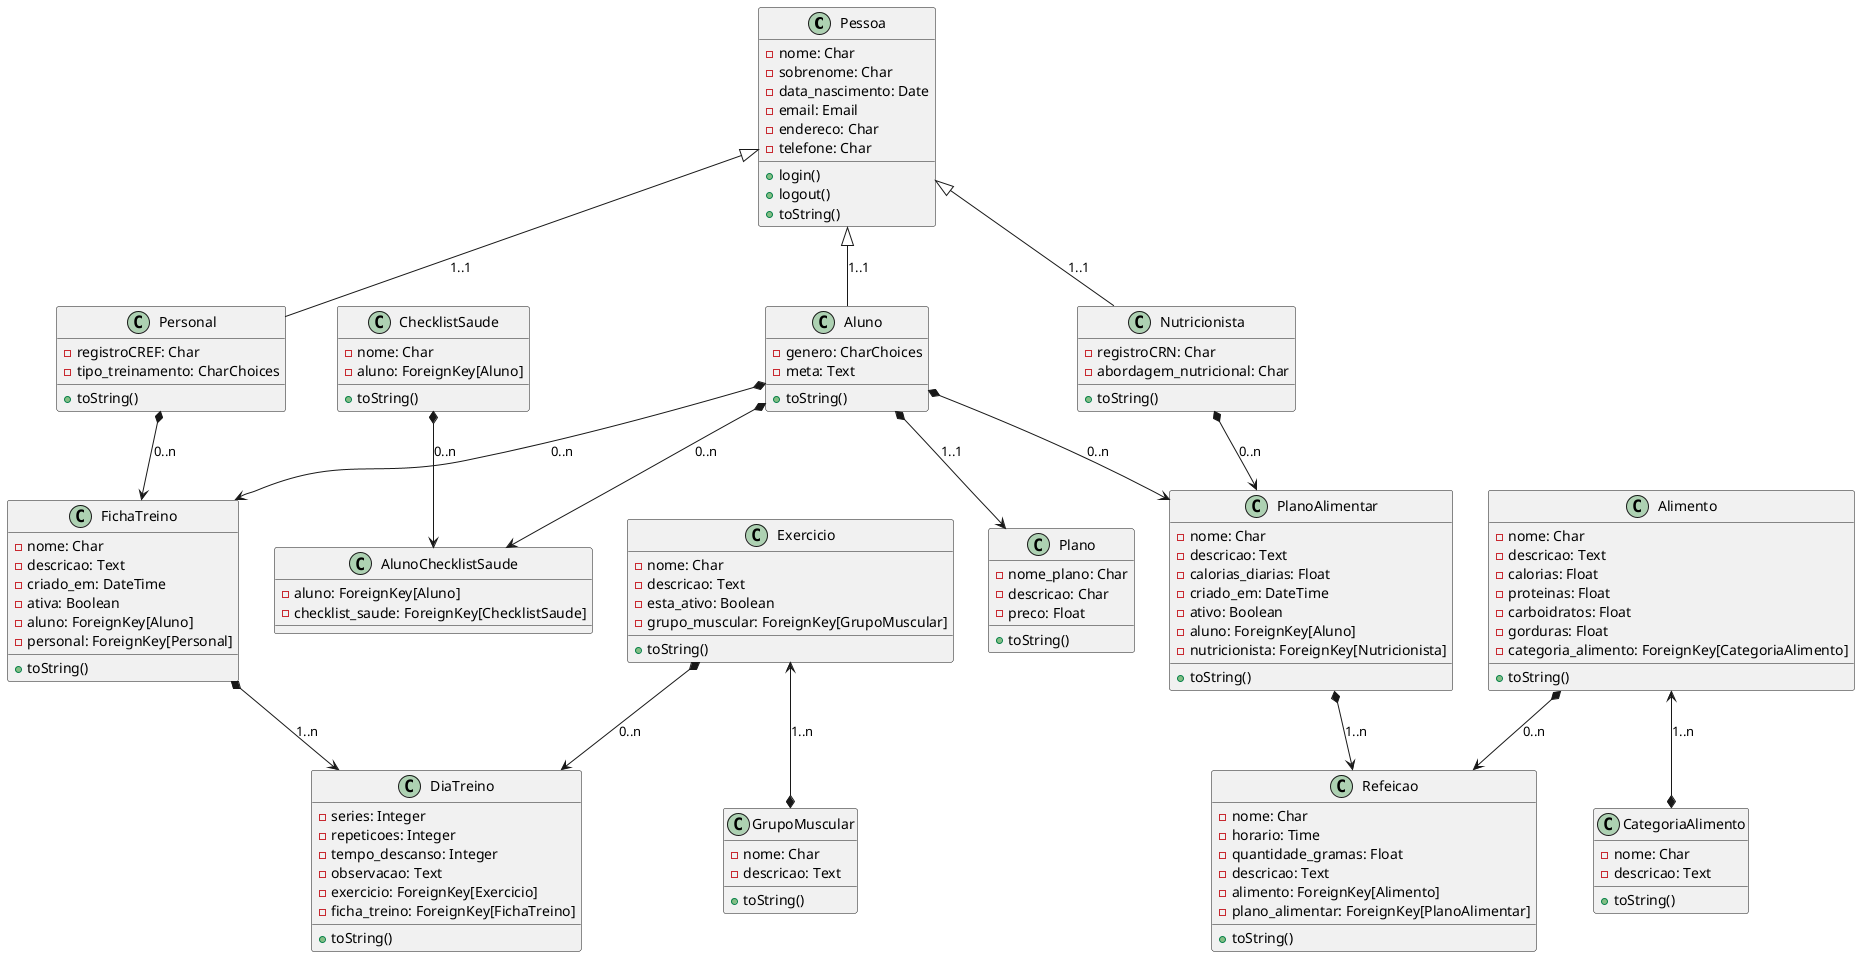
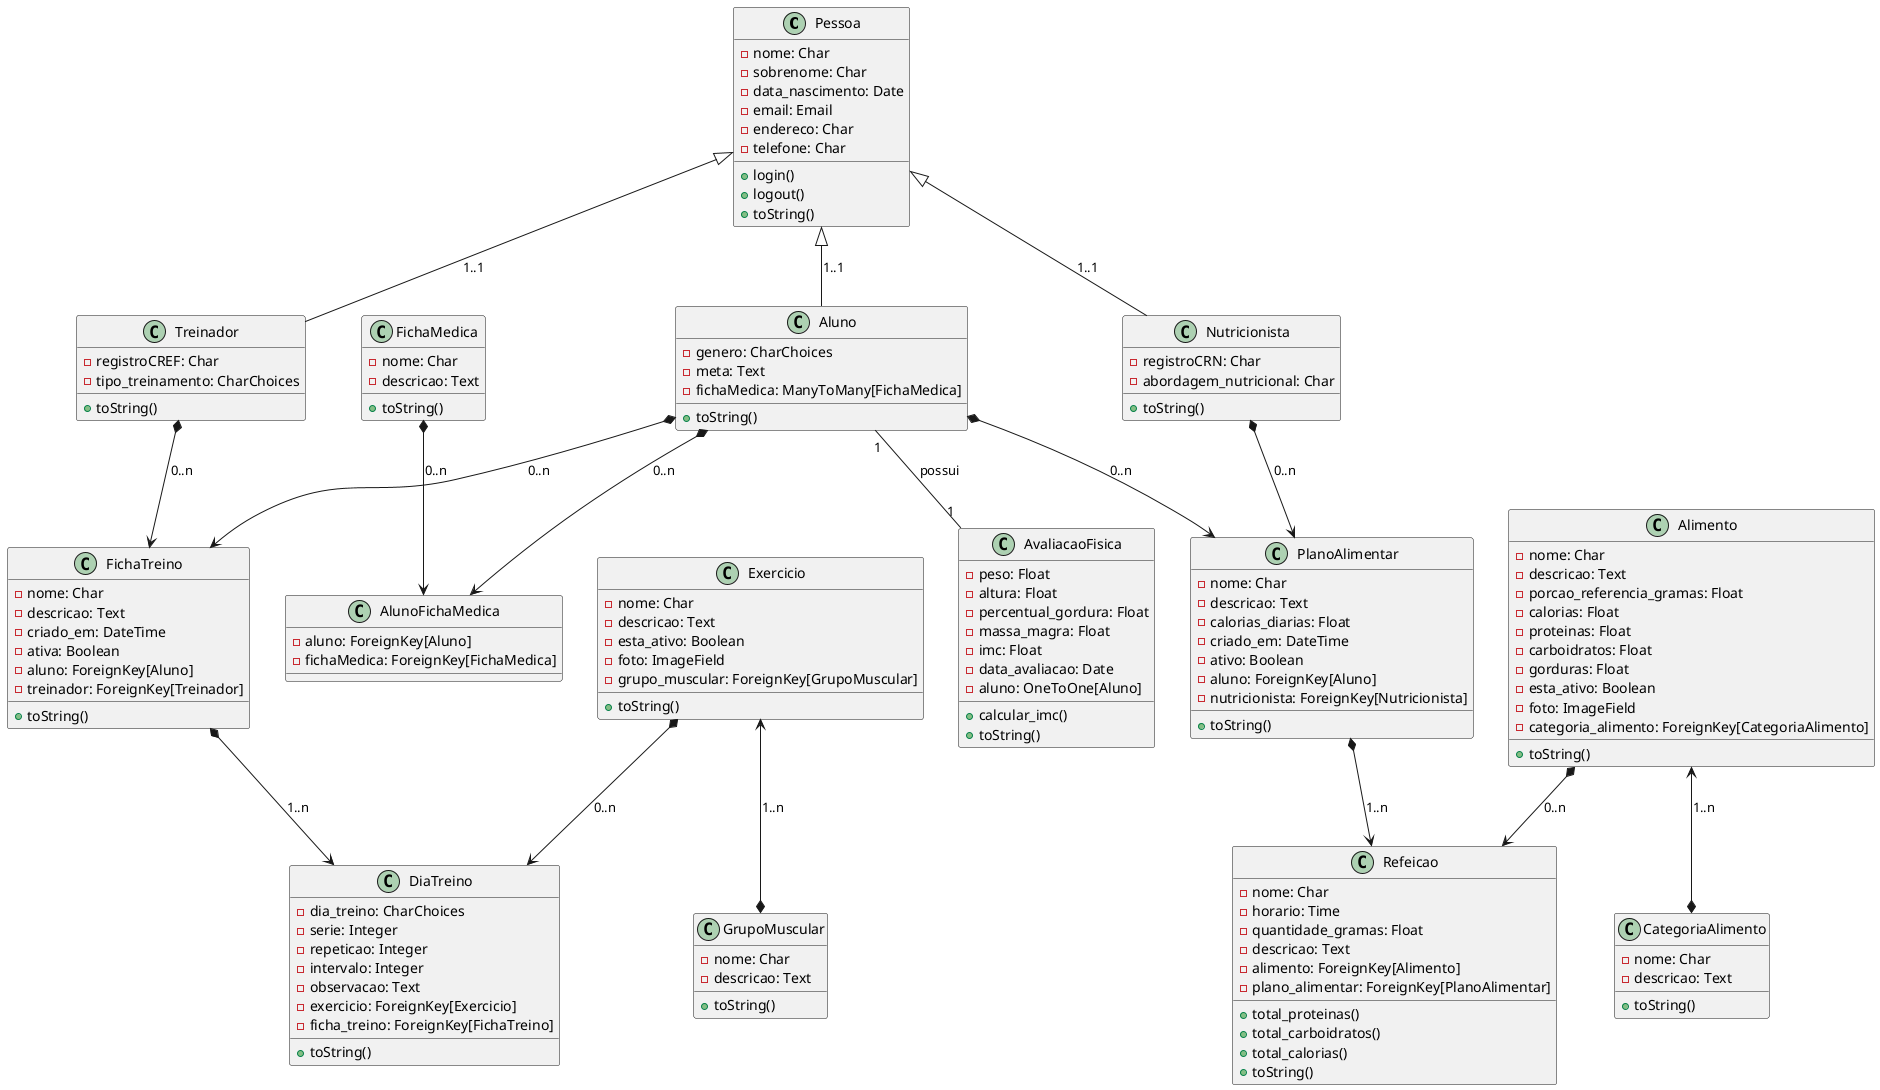
@startuml ModeloAppAcademia

class Pessoa {
 -nome: Char
 -sobrenome: Char
 -data_nascimento: Date
 -email: Email
 -endereco: Char
 -telefone: Char
 +login()
 +logout()
 +toString()
}

class Aluno {
 -genero: CharChoices
 -meta: Text
+  -fichaMedica: ManyToMany[FichaMedica]
 +toString()
}

- class Plano {
-   -nome_plano: Char
-   -descricao: Char
-   -preco: Float
-   +toString()
- }
- 
- class AlunoChecklistSaude {
-  -aluno: ForeignKey[Aluno]
-  -checklist_saude: ForeignKey[ChecklistSaude]
- }
- 
- class ChecklistSaude {
-  -nome: Char
-  -aluno: ForeignKey[Aluno]
+ class AvaliacaoFisica {
+  -peso: Float
+  -altura: Float
+  -percentual_gordura: Float
+  -massa_magra: Float
+  -imc: Float
+  -data_avaliacao: Date
+  -aluno: OneToOne[Aluno]
+  +calcular_imc()
 +toString()
}

- class Personal {
+ class AlunoFichaMedica {
+  -aluno: ForeignKey[Aluno]
+  -fichaMedica: ForeignKey[FichaMedica]
+ }
+ 
+ class FichaMedica {
+  -nome: Char
+  -descricao: Text
+  +toString()
+ }
+ 
+ class Treinador {
 -registroCREF: Char
 -tipo_treinamento: CharChoices
 +toString()
}

class FichaTreino {
 -nome: Char
 -descricao: Text
 -criado_em: DateTime
 -ativa: Boolean
 -aluno: ForeignKey[Aluno]
-  -personal: ForeignKey[Personal]
+  -treinador: ForeignKey[Treinador]
 +toString()
}

class DiaTreino {
-  -series: Integer
-  -repeticoes: Integer
-  -tempo_descanso: Integer
+   -dia_treino: CharChoices
+  -serie: Integer
+  -repeticao: Integer
+  -intervalo: Integer
 -observacao: Text
 -exercicio: ForeignKey[Exercicio]
 -ficha_treino: ForeignKey[FichaTreino]
 +toString()
}

class Exercicio {
 -nome: Char
 -descricao: Text
 -esta_ativo: Boolean
+  -foto: ImageField
 -grupo_muscular: ForeignKey[GrupoMuscular]
 +toString()
}

class GrupoMuscular {
 -nome: Char
 -descricao: Text
 +toString()
}

class Nutricionista {
 -registroCRN: Char
 -abordagem_nutricional: Char
 +toString()
}

class PlanoAlimentar {
 -nome: Char
 -descricao: Text
 -calorias_diarias: Float
 -criado_em: DateTime
 -ativo: Boolean
 -aluno: ForeignKey[Aluno]
 -nutricionista: ForeignKey[Nutricionista]
 +toString()
}

class Refeicao {
 -nome: Char
 -horario: Time
 -quantidade_gramas: Float
 -descricao: Text
 -alimento: ForeignKey[Alimento]
 -plano_alimentar: ForeignKey[PlanoAlimentar]
+  +total_proteinas()
+  +total_carboidratos()
+  +total_calorias()
 +toString()
}

class Alimento {
 -nome: Char
 -descricao: Text
+  -porcao_referencia_gramas: Float
 -calorias: Float
 -proteinas: Float
 -carboidratos: Float
 -gorduras: Float
+  -esta_ativo: Boolean
+  -foto: ImageField
 -categoria_alimento: ForeignKey[CategoriaAlimento]
 +toString()
}

class CategoriaAlimento {
 -nome: Char
 -descricao: Text
 +toString()
}

+ ' Relacionamentos
+ Aluno "1" -- "1" AvaliacaoFisica : possui
Aluno *--> FichaTreino : 0..n
- Aluno *--> Plano : 1..1
- Personal *--> FichaTreino : 0..n
- Aluno *--> AlunoChecklistSaude : 0..n
- ChecklistSaude *--> AlunoChecklistSaude : 0..n
- 
+ Treinador *--> FichaTreino : 0..n
+ Aluno *--> AlunoFichaMedica : 0..n
+ FichaMedica *--> AlunoFichaMedica : 0..n

FichaTreino *--> DiaTreino : 1..n
Exercicio *--> DiaTreino : 0..n

Exercicio <--* GrupoMuscular : 1..n

Aluno *--> PlanoAlimentar : 0..n
Nutricionista *--> PlanoAlimentar : 0..n

PlanoAlimentar *--> Refeicao : 1..n
Alimento *--> Refeicao : 0..n

Alimento <--* CategoriaAlimento : 1..n

- 
Aluno -up-|> Pessoa : 1..1
- Personal -up-|> Pessoa : 1..1
+ Treinador -up-|> Pessoa : 1..1
Nutricionista -up-|> Pessoa : 1..1

- 
@enduml